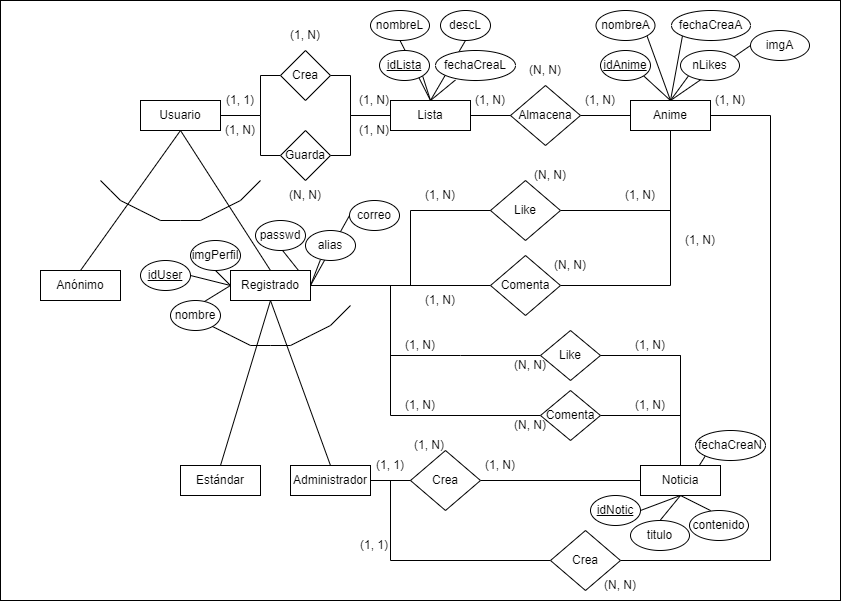
This is YumeanimeE-R.png from raulfarce01/yumeanime, a draw.io export, as it was before one commit. Source tidied: cells renumbered, new cells last; positions are measured from the earlier drawing's top-left corner, leaving out a move shared by most shapes.
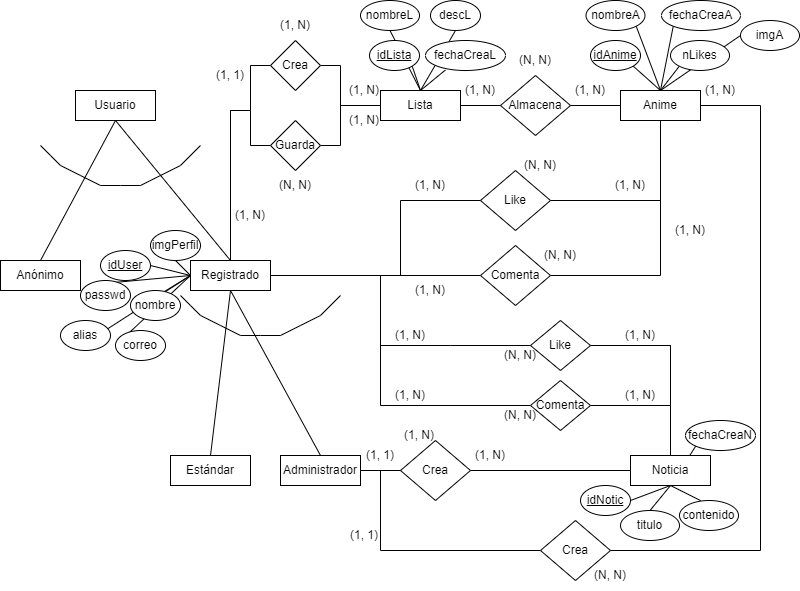
Later version of the same file.

The edit, as a diff of the source:
```diff
@@ -2,9 +2,6 @@
   <root>
     <mxCell id="0" />
     <mxCell id="1" parent="0" />
-    <mxCell id="2" style="rounded=0;whiteSpace=wrap;html=1;" parent="1" vertex="1">
-      <mxGeometry width="840" height="600" as="geometry" />
-    </mxCell>
     <mxCell id="3" style="endArrow=none;html=1;rounded=0;strokeColor=default;" parent="1" edge="1">
       <mxGeometry relative="1" as="geometry">
         <mxPoint x="190" y="305" as="sourcePoint" />
@@ -24,24 +21,29 @@
     <mxCell id="4" style="rounded=0;jettySize=auto;html=1;exitX=0.5;exitY=1;exitDx=0;exitDy=0;entryX=0.5;entryY=0;entryDx=0;entryDy=0;endArrow=none;endFill=0;" parent="1" edge="1" source="23" target="14">
       <mxGeometry relative="1" as="geometry" />
     </mxCell>
-    <mxCell id="5" style="edgeStyle=none;rounded=0;jettySize=auto;html=1;exitX=1;exitY=0.5;exitDx=0;exitDy=0;entryX=0;entryY=0.5;entryDx=0;entryDy=0;endArrow=none;endFill=0;strokeColor=default;" parent="1" edge="1" source="7" target="35">
+    <mxCell id="5" style="edgeStyle=none;rounded=0;jettySize=auto;html=1;exitX=0;exitY=0.5;exitDx=0;exitDy=0;endArrow=none;endFill=0;strokeColor=default;" parent="1" edge="1" source="37">
       <mxGeometry relative="1" as="geometry">
+        <mxPoint x="240" y="270" as="targetPoint" />
         <Array as="points">
-          <mxPoint x="260" y="115" />
-          <mxPoint x="260" y="75" />
+          <mxPoint x="260" y="155" />
+          <mxPoint x="260" y="120" />
+          <mxPoint x="240" y="120" />
         </Array>
       </mxGeometry>
     </mxCell>
-    <mxCell id="6" style="edgeStyle=none;rounded=0;jettySize=auto;html=1;exitX=1;exitY=0.5;exitDx=0;exitDy=0;entryX=0;entryY=0.5;entryDx=0;entryDy=0;endArrow=none;endFill=0;strokeColor=default;" parent="1" edge="1" source="7" target="37">
+    <mxCell id="6" style="edgeStyle=none;rounded=0;jettySize=auto;html=1;exitX=0;exitY=0.5;exitDx=0;exitDy=0;endArrow=none;endFill=0;strokeColor=default;" parent="1" edge="1" source="35">
       <mxGeometry relative="1" as="geometry">
+        <mxPoint x="240" y="270" as="targetPoint" />
         <Array as="points">
-          <mxPoint x="260" y="115" />
-          <mxPoint x="260" y="155" />
+          <mxPoint x="260" y="75" />
+          <mxPoint x="260" y="120" />
+          <mxPoint x="240" y="120" />
+          <mxPoint x="240" y="155" />
         </Array>
       </mxGeometry>
     </mxCell>
     <mxCell id="7" value="Usuario" style="rounded=0;whiteSpace=wrap;html=1;" parent="1" vertex="1">
-      <mxGeometry x="140" y="100" width="80" height="30" as="geometry" />
+      <mxGeometry x="85" y="100" width="80" height="30" as="geometry" />
     </mxCell>
     <mxCell id="8" style="edgeStyle=none;rounded=0;jettySize=auto;html=1;exitX=0.5;exitY=0;exitDx=0;exitDy=0;entryX=1;entryY=1;entryDx=0;entryDy=0;endArrow=none;endFill=0;strokeColor=default;" parent="1" edge="1" source="12" target="97">
       <mxGeometry relative="1" as="geometry" />
@@ -68,23 +70,35 @@
     <mxCell id="14" value="Administrador" style="rounded=0;whiteSpace=wrap;html=1;" parent="1" vertex="1">
       <mxGeometry x="290" y="465" width="80" height="30" as="geometry" />
     </mxCell>
-    <mxCell id="15" style="edgeStyle=none;rounded=0;jettySize=auto;html=1;exitX=1;exitY=0.5;exitDx=0;exitDy=0;entryX=0.3;entryY=0.967;entryDx=0;entryDy=0;endArrow=none;endFill=0;strokeColor=default;entryPerimeter=0;" parent="1" edge="1" source="23" target="63">
-      <mxGeometry relative="1" as="geometry" />
+    <mxCell id="15" style="edgeStyle=none;rounded=0;jettySize=auto;html=1;exitX=0;exitY=0.5;exitDx=0;exitDy=0;entryX=0.3;entryY=0.967;entryDx=0;entryDy=0;endArrow=none;endFill=0;strokeColor=default;entryPerimeter=0;" parent="1" edge="1" target="63">
+      <mxGeometry relative="1" as="geometry">
+        <mxPoint x="200" y="285" as="sourcePoint" />
+      </mxGeometry>
     </mxCell>
-    <mxCell id="16" style="edgeStyle=none;rounded=0;jettySize=auto;html=1;exitX=1;exitY=0.5;exitDx=0;exitDy=0;entryX=0;entryY=0.5;entryDx=0;entryDy=0;endArrow=none;endFill=0;strokeColor=default;" parent="1" edge="1" source="23" target="64">
-      <mxGeometry relative="1" as="geometry" />
+    <mxCell id="16" style="edgeStyle=none;rounded=0;jettySize=auto;html=1;exitX=0;exitY=0.5;exitDx=0;exitDy=0;entryX=0;entryY=0.5;entryDx=0;entryDy=0;endArrow=none;endFill=0;strokeColor=default;" parent="1" edge="1" target="64">
+      <mxGeometry relative="1" as="geometry">
+        <mxPoint x="200" y="285" as="sourcePoint" />
+      </mxGeometry>
     </mxCell>
-    <mxCell id="17" style="edgeStyle=none;rounded=0;jettySize=auto;html=1;exitX=1;exitY=0.5;exitDx=0;exitDy=0;entryX=0;entryY=0;entryDx=0;entryDy=0;endArrow=none;endFill=0;strokeColor=default;" parent="1" edge="1" source="23" target="65">
-      <mxGeometry relative="1" as="geometry" />
+    <mxCell id="17" style="edgeStyle=none;rounded=0;jettySize=auto;html=1;exitX=0;exitY=0.5;exitDx=0;exitDy=0;entryX=0;entryY=0;entryDx=0;entryDy=0;endArrow=none;endFill=0;strokeColor=default;" parent="1" edge="1" target="65">
+      <mxGeometry relative="1" as="geometry">
+        <mxPoint x="200" y="285" as="sourcePoint" />
+      </mxGeometry>
     </mxCell>
-    <mxCell id="18" style="edgeStyle=none;rounded=0;jettySize=auto;html=1;exitX=0;exitY=0.5;exitDx=0;exitDy=0;entryX=1;entryY=0.5;entryDx=0;entryDy=0;endArrow=none;endFill=0;strokeColor=default;" parent="1" edge="1" source="23" target="61">
-      <mxGeometry relative="1" as="geometry" />
+    <mxCell id="18" style="edgeStyle=none;rounded=0;jettySize=auto;html=1;exitX=0;exitY=0.5;exitDx=0;exitDy=0;entryX=1;entryY=0.5;entryDx=0;entryDy=0;endArrow=none;endFill=0;strokeColor=default;" parent="1" edge="1" target="61">
+      <mxGeometry relative="1" as="geometry">
+        <mxPoint x="200" y="285" as="sourcePoint" />
+      </mxGeometry>
     </mxCell>
-    <mxCell id="19" style="edgeStyle=none;rounded=0;jettySize=auto;html=1;exitX=0;exitY=0.5;exitDx=0;exitDy=0;entryX=0.68;entryY=0.033;entryDx=0;entryDy=0;entryPerimeter=0;endArrow=none;endFill=0;strokeColor=default;" parent="1" edge="1" source="23" target="62">
-      <mxGeometry relative="1" as="geometry" />
+    <mxCell id="19" style="edgeStyle=none;rounded=0;jettySize=auto;html=1;exitX=0;exitY=0.5;exitDx=0;exitDy=0;entryX=0.68;entryY=0.033;entryDx=0;entryDy=0;entryPerimeter=0;endArrow=none;endFill=0;strokeColor=default;" parent="1" edge="1" target="62">
+      <mxGeometry relative="1" as="geometry">
+        <mxPoint x="200" y="285" as="sourcePoint" />
+      </mxGeometry>
     </mxCell>
-    <mxCell id="20" style="edgeStyle=none;rounded=0;jettySize=auto;html=1;exitX=0;exitY=0.5;exitDx=0;exitDy=0;entryX=0.5;entryY=1;entryDx=0;entryDy=0;endArrow=none;endFill=0;strokeColor=default;" parent="1" edge="1" source="23" target="66">
-      <mxGeometry relative="1" as="geometry" />
+    <mxCell id="20" style="edgeStyle=none;rounded=0;jettySize=auto;html=1;exitX=0;exitY=0.5;exitDx=0;exitDy=0;entryX=0.5;entryY=1;entryDx=0;entryDy=0;endArrow=none;endFill=0;strokeColor=default;" parent="1" edge="1" target="66">
+      <mxGeometry relative="1" as="geometry">
+        <mxPoint x="200" y="285" as="sourcePoint" />
+      </mxGeometry>
     </mxCell>
     <mxCell id="21" style="edgeStyle=none;rounded=0;jettySize=auto;html=1;exitX=1;exitY=0.5;exitDx=0;exitDy=0;entryX=0;entryY=0.5;entryDx=0;entryDy=0;endArrow=none;endFill=0;strokeColor=default;" parent="1" edge="1" source="23" target="73">
       <mxGeometry relative="1" as="geometry" />
@@ -99,10 +113,10 @@
       </mxGeometry>
     </mxCell>
     <mxCell id="23" value="Registrado" style="rounded=0;whiteSpace=wrap;html=1;" parent="1" vertex="1">
-      <mxGeometry x="230" y="270" width="80" height="30" as="geometry" />
+      <mxGeometry x="200" y="270" width="80" height="30" as="geometry" />
     </mxCell>
     <mxCell id="24" value="Anónimo" style="rounded=0;whiteSpace=wrap;html=1;" parent="1" vertex="1">
-      <mxGeometry x="40" y="270" width="80" height="30" as="geometry" />
+      <mxGeometry x="10" y="270" width="80" height="30" as="geometry" />
     </mxCell>
     <mxCell id="25" style="edgeStyle=none;rounded=0;jettySize=auto;html=1;exitX=0.5;exitY=1;exitDx=0;exitDy=0;entryX=0.5;entryY=0;entryDx=0;entryDy=0;endArrow=none;endFill=0;" parent="1" edge="1" source="7" target="23">
       <mxGeometry relative="1" as="geometry" />
@@ -161,17 +175,17 @@
     </mxCell>
     <mxCell id="40" style="endArrow=none;html=1;rounded=0;strokeColor=default;" parent="1" edge="1">
       <mxGeometry relative="1" as="geometry">
-        <mxPoint x="100" y="180" as="sourcePoint" />
-        <mxPoint x="260" y="180" as="targetPoint" />
+        <mxPoint x="50" y="155" as="sourcePoint" />
+        <mxPoint x="210" y="155" as="targetPoint" />
         <Array as="points">
-          <mxPoint x="110" y="190" />
-          <mxPoint x="120" y="200" />
-          <mxPoint x="140" y="210" />
-          <mxPoint x="160" y="220" />
-          <mxPoint x="180" y="220" />
-          <mxPoint x="200" y="220" />
-          <mxPoint x="220" y="210" />
-          <mxPoint x="240" y="200" />
+          <mxPoint x="60" y="165" />
+          <mxPoint x="70" y="175" />
+          <mxPoint x="90" y="185" />
+          <mxPoint x="110" y="195" />
+          <mxPoint x="130" y="195" />
+          <mxPoint x="150" y="195" />
+          <mxPoint x="170" y="185" />
+          <mxPoint x="190" y="175" />
         </Array>
       </mxGeometry>
     </mxCell>
@@ -204,10 +218,10 @@
       </mxGeometry>
     </mxCell>
     <mxCell id="49" value="(1, 1)" style="text;html=1;strokeColor=none;fillColor=none;align=center;verticalAlign=middle;whiteSpace=wrap;rounded=0;" parent="1" vertex="1">
-      <mxGeometry x="210" y="85" width="60" height="30" as="geometry" />
+      <mxGeometry x="210" y="70" width="60" height="30" as="geometry" />
     </mxCell>
     <mxCell id="50" value="(1, N)" style="text;html=1;strokeColor=none;fillColor=none;align=center;verticalAlign=middle;whiteSpace=wrap;rounded=0;" parent="1" vertex="1">
-      <mxGeometry x="210" y="115" width="60" height="30" as="geometry" />
+      <mxGeometry x="230" y="210" width="60" height="30" as="geometry" />
     </mxCell>
     <mxCell id="51" value="(1, N)" style="text;html=1;strokeColor=none;fillColor=none;align=center;verticalAlign=middle;whiteSpace=wrap;rounded=0;" parent="1" vertex="1">
       <mxGeometry x="344" y="85" width="60" height="30" as="geometry" />
@@ -240,22 +254,22 @@
       <mxGeometry x="399" y="430" width="60" height="30" as="geometry" />
     </mxCell>
     <mxCell id="61" value="&lt;u&gt;idUser&lt;/u&gt;" style="ellipse;whiteSpace=wrap;html=1;" parent="1" vertex="1">
-      <mxGeometry x="140" y="260" width="50" height="30" as="geometry" />
+      <mxGeometry x="110" y="260" width="50" height="30" as="geometry" />
     </mxCell>
     <mxCell id="62" value="nombre" style="ellipse;whiteSpace=wrap;html=1;" parent="1" vertex="1">
-      <mxGeometry x="170" y="300" width="50" height="30" as="geometry" />
+      <mxGeometry x="140" y="300" width="50" height="30" as="geometry" />
     </mxCell>
     <mxCell id="63" value="alias" style="ellipse;whiteSpace=wrap;html=1;" parent="1" vertex="1">
-      <mxGeometry x="305" y="230" width="50" height="30" as="geometry" />
+      <mxGeometry x="70" y="330" width="50" height="30" as="geometry" />
     </mxCell>
     <mxCell id="64" value="correo" style="ellipse;whiteSpace=wrap;html=1;" parent="1" vertex="1">
-      <mxGeometry x="349" y="200" width="50" height="30" as="geometry" />
+      <mxGeometry x="125" y="340" width="50" height="30" as="geometry" />
     </mxCell>
     <mxCell id="65" value="passwd" style="ellipse;whiteSpace=wrap;html=1;" parent="1" vertex="1">
-      <mxGeometry x="255" y="220" width="50" height="30" as="geometry" />
+      <mxGeometry x="90" y="290" width="50" height="30" as="geometry" />
     </mxCell>
     <mxCell id="66" value="imgPerfil" style="ellipse;whiteSpace=wrap;html=1;" parent="1" vertex="1">
-      <mxGeometry x="190" y="240" width="50" height="30" as="geometry" />
+      <mxGeometry x="160" y="240" width="50" height="30" as="geometry" />
     </mxCell>
     <mxCell id="67" style="edgeStyle=none;rounded=0;jettySize=auto;html=1;exitX=0.5;exitY=0;exitDx=0;exitDy=0;entryX=0.5;entryY=1;entryDx=0;entryDy=0;endArrow=none;endFill=0;strokeColor=default;" parent="1" edge="1" source="68" target="23">
       <mxGeometry relative="1" as="geometry" />
```
